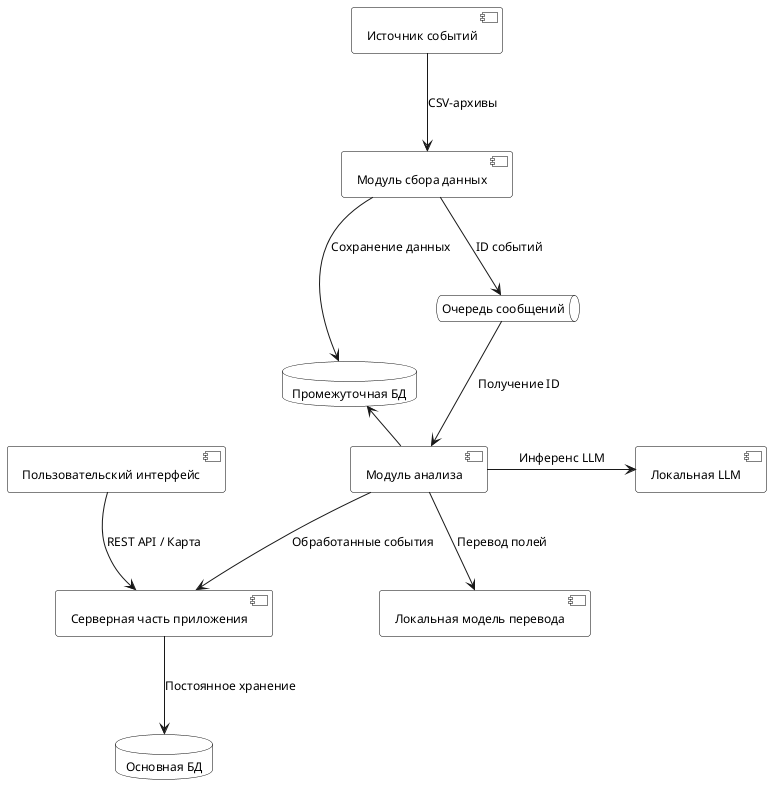
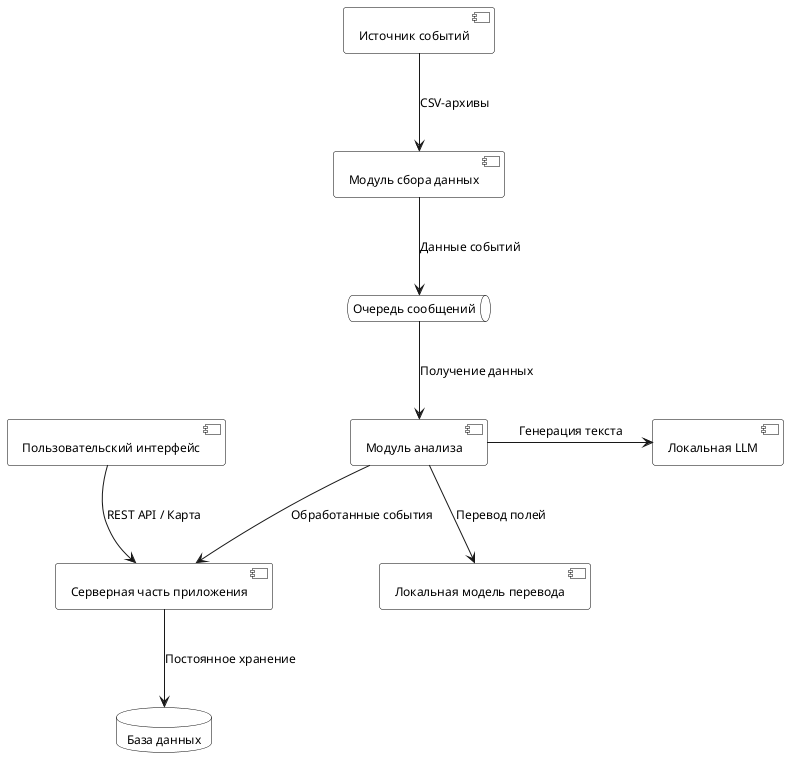
@startuml components_diagramm
top to bottom direction
skinparam defaultTextAlignment center
skinparam componentStyle uml2

' Настройки для экономной печати
skinparam monochrome true
skinparam shadowing false
skinparam defaultFontName "Verdana"
skinparam defaultFontSize 12

' Принудительный белый фон для всех типов элементов на этой диаграмме
skinparam ComponentBackgroundColor white
skinparam DatabaseBackgroundColor white
skinparam QueueBackgroundColor white

skinparam ComponentBorderColor black
skinparam DatabaseBorderColor black
skinparam QueueBorderColor black

' Увеличиваем расстояния, чтобы разгрузить перекрестные связи
skinparam nodesep 60
skinparam ranksep 80

' Источники и сбор (Верхний уровень)
[Источник событий] as GDELT
[Модуль сбора данных] as Fetcher
- database "Промежуточная БД" as SDB

' Очередь и логика (Средний уровень)
queue "Очередь сообщений" as RMQ
[Модуль анализа] as Analyzer
[Локальная LLM] as Ollama
[Локальная модель перевода] as Translator

' Хранение и UI (Нижний уровень)
[Серверная часть приложения] as Core
- database "Основная БД" as CDB
+ database "База данных" as CDB
[Пользовательский интерфейс] as Web

' --- СВЯЗИ ---

' 1. Сбор данных
GDELT --> Fetcher : CSV-архивы
- Fetcher --> SDB : Сохранение данных
- Fetcher --> RMQ : ID событий
+ Fetcher --> RMQ : Данные событий

' 2. Анализ данных
- RMQ --> Analyzer : Получение ID
- Analyzer -left-> SDB : Чтение данных
+ RMQ --> Analyzer : Получение данных
Analyzer --> Translator : Перевод полей
- Analyzer -right-> Ollama : Инференс LLM
+ Analyzer -right-> Ollama : Генерация текста
Analyzer --> Core : Обработанные события

' 3. Хранение и отображение
Core --> CDB : Постоянное хранение
Web --> Core : REST API / Карта

@enduml